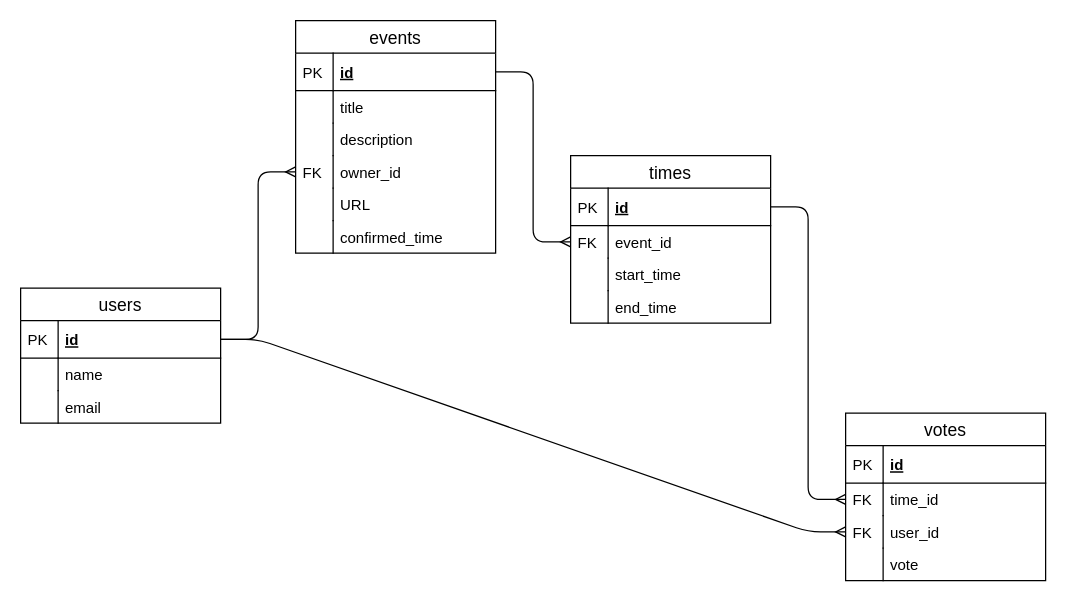
The draw.io diagram docs/planning/scoodle_ERD.drawio in jeff-sexton/schoodle, before the edit. Source tidied: cells renumbered, new cells numbered last; positions are measured from the earlier drawing's top-left corner, leaving out a move shared by most shapes. Both pictures are drawn from the tidied source at 125%, with x=0, y=0 at pixel (20, 20).
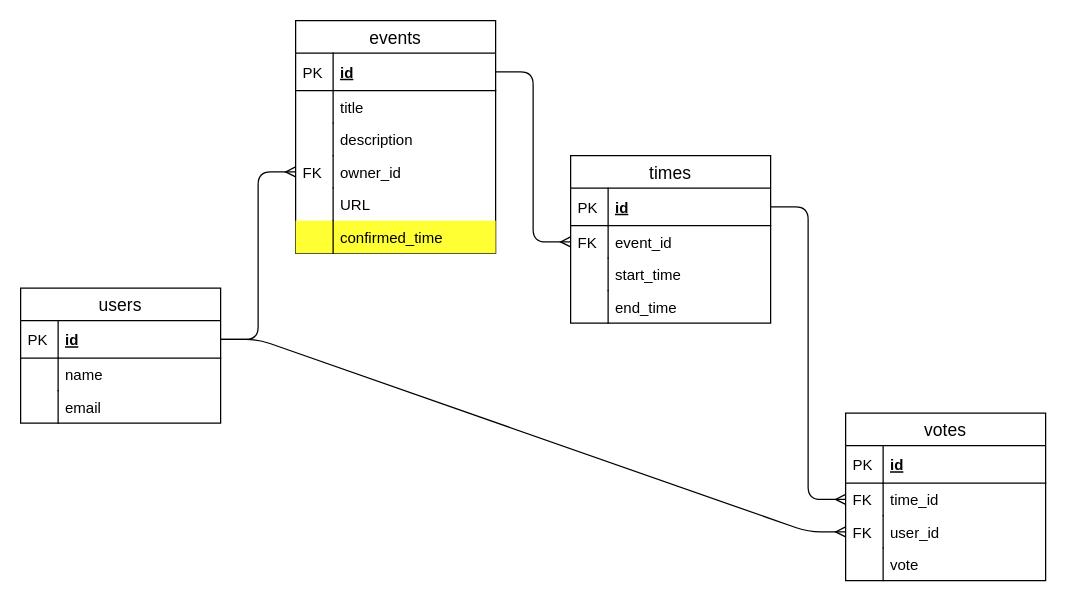
After the change.

The change refers to these unchanged cells:
```xml
<mxCell id="6" value="events" style="swimlane;fontStyle=0;horizontal=1;startSize=26;align=center;fontSize=14;" parent="1" vertex="1">
  <mxGeometry x="220" width="160" height="186" as="geometry" />
</mxCell>
```

What changed in the source:
```diff
@@
-    <mxCell id="17" value="confirmed_time" style="shape=partialRectangle;top=0;left=0;right=0;bottom=0;align=left;verticalAlign=top;fillColor=none;spacingLeft=34;spacingRight=4;overflow=hidden;fontSize=12;" parent="6" vertex="1">
+    <mxCell id="17" value="confirmed_time" style="shape=partialRectangle;top=0;left=0;right=0;bottom=0;align=left;verticalAlign=top;fillColor=#FFFF33;spacingLeft=34;spacingRight=4;overflow=hidden;fontSize=12;" parent="6" vertex="1">
       <mxGeometry y="160" width="160" height="26" as="geometry" />
     </mxCell>
```
